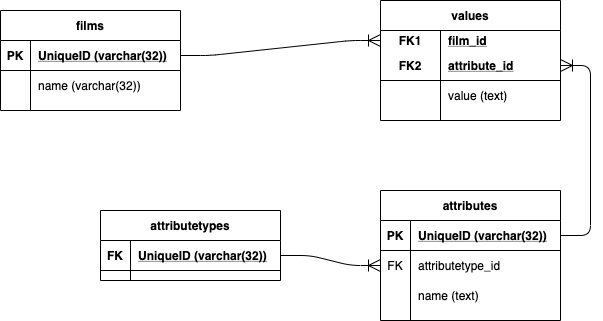
otusteamedu/PHP_2024 keeps this draw.io diagram as Schema.png. Above is the earlier version. Source tidied: cells renumbered, new cells last; positions are measured from the earlier drawing's top-left corner, leaving out a move shared by most shapes.
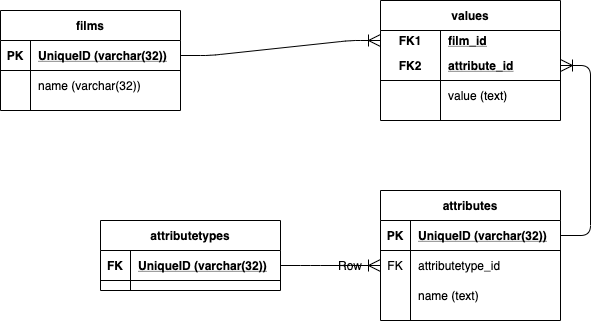
After the change.

Diff of the diagram source:
```diff
@@ -54,7 +54,7 @@
       <mxGeometry x="60" width="120" height="30" as="geometry" />
     </mxCell>
     <mxCell id="19" value="attributetypes" style="shape=table;startSize=30;rowLines=0;fontStyle=1;align=center;" parent="1" vertex="1">
-      <mxGeometry x="100" y="210" width="180" height="70" as="geometry" />
+      <mxGeometry x="100" y="220" width="180" height="70" as="geometry" />
     </mxCell>
     <mxCell id="20" style="shape=partialRectangle;fillColor=none;top=0;left=0;bottom=1;right=0;points=[[0,0.5],[1,0.5]];portConstraint=eastwest;" parent="19" vertex="1">
       <mxGeometry y="30" width="180" height="30" as="geometry" />
@@ -104,5 +104,17 @@
     <mxCell id="35" style="edgeStyle=entityRelationEdgeStyle;fontSize=12;html=1;endArrow=ERoneToMany;exitX=1;exitY=0.5;exitDx=0;exitDy=0;entryX=0;entryY=0.5;entryDx=0;entryDy=0;endSize=10;" parent="1" edge="1" source="20" target="27">
       <mxGeometry relative="1" as="geometry" />
     </mxCell>
+    <mxCell id="36" style="shape=table;startSize=0;rowLines=0;fontStyle=0;align=center;strokeColor=none;fillColor=none;" parent="1" vertex="1">
+      <mxGeometry x="300" y="250" width="180" height="30" as="geometry" />
+    </mxCell>
+    <mxCell id="37" style="shape=partialRectangle;fillColor=none;top=0;left=0;bottom=0;right=0;" parent="36" vertex="1">
+      <mxGeometry width="180" height="30" as="geometry" />
+    </mxCell>
+    <mxCell id="38" style="shape=partialRectangle;fillColor=none;top=0;left=0;bottom=0;right=0;overflow=hidden;" parent="37" vertex="1">
+      <mxGeometry width="30" height="30" as="geometry" />
+    </mxCell>
+    <mxCell id="39" value="Row" style="shape=partialRectangle;fillColor=none;top=0;left=0;bottom=0;right=0;align=left;spacingLeft=6;overflow=hidden;" parent="37" vertex="1">
+      <mxGeometry x="30" width="150" height="30" as="geometry" />
+    </mxCell>
   </root>
 </mxGraphModel>
```
